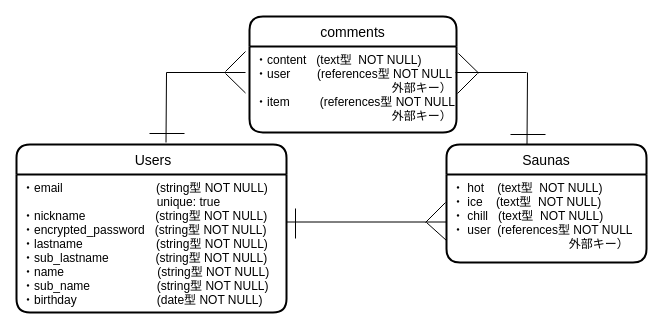
Earlier version of the draw.io diagram sauna.dio (ykkTechc/sauna_app). Source tidied: cells renumbered, new cells numbered last; positions are measured from the earlier drawing's top-left corner, leaving out a move shared by most shapes. Both pictures are drawn from the tidied source at 100%, with x=0, y=0 at pixel (16, 16).
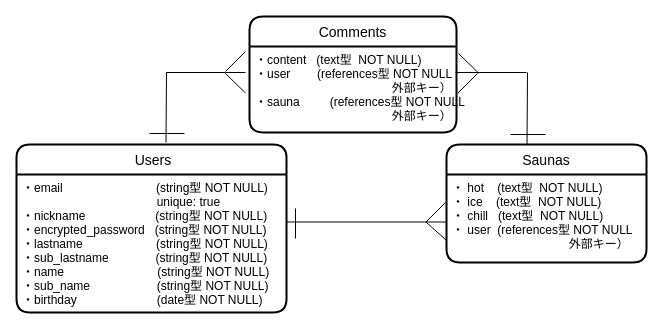
The same diagram, later.

Change to the diagram source:
```diff
@@
-    <mxCell id="4" value="comments" style="swimlane;horizontal=1;startSize=30;rounded=1;fontSize=14;fontStyle=0;strokeWidth=2;shadow=0;dashed=0;align=center;" parent="1" vertex="1">
+    <mxCell id="4" value="Comments" style="swimlane;horizontal=1;startSize=30;rounded=1;fontSize=14;fontStyle=0;strokeWidth=2;shadow=0;dashed=0;align=center;" parent="1" vertex="1">
       <mxGeometry x="233" width="207" height="116" as="geometry" />
     </mxCell>
-    <mxCell id="5" value="・content   (text型  NOT NULL)&#10;・user        (references型 NOT NULL&#10;                                         外部キー）&#10;・item         (references型 NOT NULL&#10;                                         外部キー）&#10;" style="align=left;strokeColor=none;fillColor=none;spacingLeft=4;fontSize=12;verticalAlign=top;" parent="4" vertex="1">
+    <mxCell id="5" value="・content   (text型  NOT NULL)&#10;・user        (references型 NOT NULL&#10;                                         外部キー）&#10;・sauna         (references型 NOT NULL&#10;                                         外部キー）&#10;" style="align=left;strokeColor=none;fillColor=none;spacingLeft=4;fontSize=12;verticalAlign=top;" parent="4" vertex="1">
       <mxGeometry y="30" width="207" height="86" as="geometry" />
     </mxCell>
```
